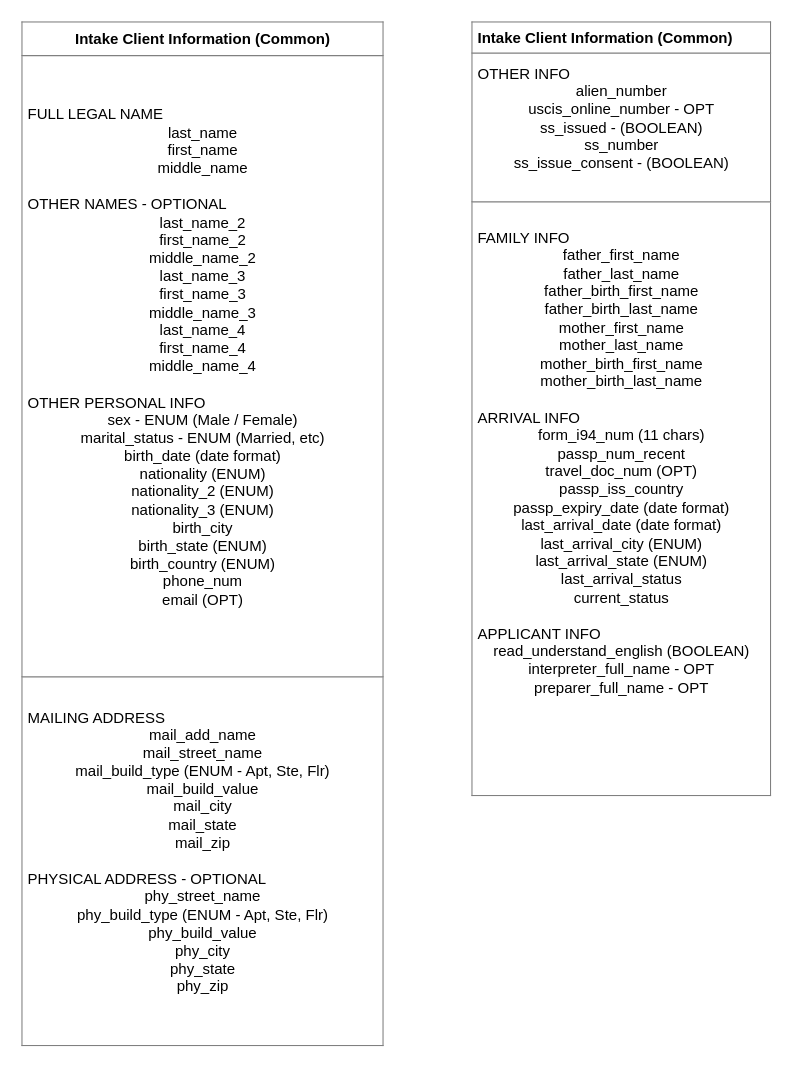
Earlier version of the draw.io diagram page "Client Info Common" (6 of 7) of Architecture.drawio (Nabeel-etx/law-draw-io). Source tidied: cells renumbered, new cells numbered last; positions are measured from the earlier drawing's top-left corner, leaving out a move shared by most shapes. Both pictures are drawn from the tidied source at 125%, with x=0, y=0 at pixel (21, 21).
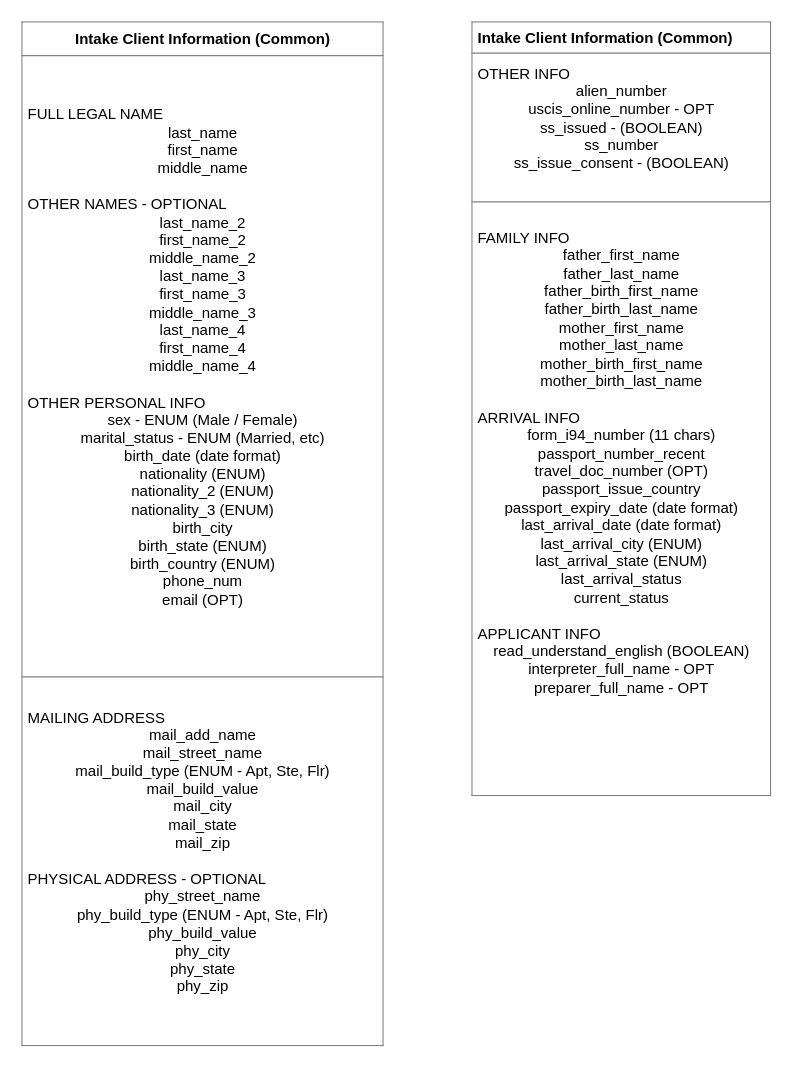
The same page after the edit.

Change to the diagram source:
```diff
@@
 <mxGraphModel>
   <root>
     <mxCell id="0" />
     <mxCell id="1" parent="0" />
     <mxCell id="2" value="&lt;table border=&quot;1&quot; width=&quot;100%&quot; height=&quot;100%&quot; cellpadding=&quot;4&quot; style=&quot;width:100%;height:100%;border-collapse:collapse;&quot;&gt;&lt;tbody&gt;&lt;tr&gt;&lt;th align=&quot;center&quot;&gt;&lt;b&gt;Intake Client Information (Common)&lt;/b&gt;&lt;/th&gt;&lt;/tr&gt;&lt;tr&gt;&lt;td&gt;&lt;div style=&quot;&quot;&gt;&lt;span style=&quot;background-color: transparent; color: light-dark(rgb(0, 0, 0), rgb(255, 255, 255));&quot;&gt;FULL LEGAL NAME&lt;/span&gt;&lt;/div&gt;&lt;div style=&quot;text-align: center;&quot;&gt;&lt;span style=&quot;background-color: transparent; color: light-dark(rgb(0, 0, 0), rgb(255, 255, 255));&quot;&gt;last_name&lt;/span&gt;&lt;/div&gt;&lt;div style=&quot;text-align: center;&quot;&gt;&lt;span style=&quot;background-color: transparent; color: light-dark(rgb(0, 0, 0), rgb(255, 255, 255));&quot;&gt;first_name&lt;/span&gt;&lt;/div&gt;&lt;div style=&quot;text-align: center;&quot;&gt;&lt;span style=&quot;background-color: transparent; color: light-dark(rgb(0, 0, 0), rgb(255, 255, 255));&quot;&gt;middle_name&lt;/span&gt;&lt;/div&gt;&lt;div style=&quot;text-align: center;&quot;&gt;&lt;br&gt;&lt;/div&gt;&lt;div style=&quot;&quot;&gt;&lt;span style=&quot;background-color: transparent; color: light-dark(rgb(0, 0, 0), rgb(255, 255, 255));&quot;&gt;OTHER NAMES - OPTIONAL&lt;/span&gt;&lt;/div&gt;&lt;div style=&quot;text-align: center;&quot;&gt;&lt;span style=&quot;background-color: transparent; color: light-dark(rgb(0, 0, 0), rgb(255, 255, 255));&quot;&gt;last_name_2&lt;/span&gt;&lt;/div&gt;&lt;div style=&quot;text-align: center;&quot;&gt;&lt;span style=&quot;background-color: transparent; color: light-dark(rgb(0, 0, 0), rgb(255, 255, 255));&quot;&gt;first_name_2&lt;/span&gt;&lt;/div&gt;&lt;div style=&quot;text-align: center;&quot;&gt;&lt;span style=&quot;background-color: transparent; color: light-dark(rgb(0, 0, 0), rgb(255, 255, 255));&quot;&gt;middle_name_2&lt;/span&gt;&lt;/div&gt;&lt;div style=&quot;text-align: center;&quot;&gt;&lt;span style=&quot;background-color: transparent; color: light-dark(rgb(0, 0, 0), rgb(255, 255, 255));&quot;&gt;last_name_3&lt;/span&gt;&lt;/div&gt;&lt;div style=&quot;text-align: center;&quot;&gt;&lt;span style=&quot;background-color: transparent; color: light-dark(rgb(0, 0, 0), rgb(255, 255, 255));&quot;&gt;first_name_3&lt;/span&gt;&lt;/div&gt;&lt;div style=&quot;text-align: center;&quot;&gt;&lt;span style=&quot;background-color: transparent; color: light-dark(rgb(0, 0, 0), rgb(255, 255, 255));&quot;&gt;middle_name_3&lt;/span&gt;&lt;/div&gt;&lt;div style=&quot;text-align: center;&quot;&gt;&lt;span style=&quot;background-color: transparent; color: light-dark(rgb(0, 0, 0), rgb(255, 255, 255));&quot;&gt;last_name_4&lt;/span&gt;&lt;/div&gt;&lt;div style=&quot;text-align: center;&quot;&gt;&lt;span style=&quot;background-color: transparent; color: light-dark(rgb(0, 0, 0), rgb(255, 255, 255));&quot;&gt;first_name_4&lt;/span&gt;&lt;/div&gt;&lt;div style=&quot;text-align: center;&quot;&gt;&lt;span style=&quot;background-color: transparent; color: light-dark(rgb(0, 0, 0), rgb(255, 255, 255));&quot;&gt;middle_name_4&lt;/span&gt;&lt;/div&gt;&lt;div style=&quot;text-align: center;&quot;&gt;&lt;span style=&quot;background-color: transparent; color: light-dark(rgb(0, 0, 0), rgb(255, 255, 255));&quot;&gt;&lt;br&gt;&lt;/span&gt;&lt;/div&gt;&lt;div style=&quot;&quot;&gt;&lt;span style=&quot;background-color: transparent; color: light-dark(rgb(0, 0, 0), rgb(255, 255, 255));&quot;&gt;OTHER PERSONAL INFO&lt;/span&gt;&lt;/div&gt;&lt;div style=&quot;&quot;&gt;&lt;div style=&quot;text-align: center;&quot;&gt;sex - ENUM (Male / Female)&lt;/div&gt;&lt;div style=&quot;text-align: center;&quot;&gt;marital_status - ENUM (Married, etc)&lt;/div&gt;&lt;div style=&quot;text-align: center;&quot;&gt;birth_date (date format)&lt;/div&gt;&lt;div style=&quot;text-align: center;&quot;&gt;nationality (ENUM)&lt;/div&gt;&lt;div style=&quot;text-align: center;&quot;&gt;nationality_2 (ENUM)&lt;/div&gt;&lt;div style=&quot;text-align: center;&quot;&gt;nationality_3 (ENUM)&lt;/div&gt;&lt;div style=&quot;text-align: center;&quot;&gt;&lt;span style=&quot;background-color: transparent; color: light-dark(rgb(0, 0, 0), rgb(255, 255, 255));&quot;&gt;birth_city&lt;/span&gt;&lt;/div&gt;&lt;div style=&quot;text-align: center;&quot;&gt;birth_state (ENUM)&lt;/div&gt;&lt;div style=&quot;text-align: center;&quot;&gt;birth_country (ENUM)&lt;/div&gt;&lt;div style=&quot;text-align: center;&quot;&gt;phone_num&lt;/div&gt;&lt;div style=&quot;text-align: center;&quot;&gt;email (OPT)&lt;/div&gt;&lt;div style=&quot;text-align: center;&quot;&gt;&lt;br&gt;&lt;/div&gt;&lt;/div&gt;&lt;/td&gt;&lt;/tr&gt;&lt;tr&gt;&lt;td&gt;&lt;div style=&quot;&quot;&gt;&lt;span style=&quot;background-color: transparent; color: light-dark(rgb(0, 0, 0), rgb(255, 255, 255));&quot;&gt;MAILING ADDRESS&lt;/span&gt;&lt;/div&gt;&lt;div style=&quot;text-align: center;&quot;&gt;&lt;span style=&quot;background-color: transparent; color: light-dark(rgb(0, 0, 0), rgb(255, 255, 255));&quot;&gt;mail_add_name&lt;/span&gt;&lt;/div&gt;&lt;div style=&quot;text-align: center;&quot;&gt;&lt;span style=&quot;background-color: transparent; color: light-dark(rgb(0, 0, 0), rgb(255, 255, 255));&quot;&gt;mail_street_name&lt;/span&gt;&lt;/div&gt;&lt;div style=&quot;text-align: center;&quot;&gt;&lt;span style=&quot;background-color: transparent; color: light-dark(rgb(0, 0, 0), rgb(255, 255, 255));&quot;&gt;mail_build_type (ENUM - Apt, Ste, Flr)&lt;/span&gt;&lt;/div&gt;&lt;div style=&quot;text-align: center;&quot;&gt;&lt;span style=&quot;background-color: transparent; color: light-dark(rgb(0, 0, 0), rgb(255, 255, 255));&quot;&gt;mail_build_value&lt;/span&gt;&lt;/div&gt;&lt;div style=&quot;text-align: center;&quot;&gt;&lt;span style=&quot;background-color: transparent; color: light-dark(rgb(0, 0, 0), rgb(255, 255, 255));&quot;&gt;mail_city&lt;/span&gt;&lt;/div&gt;&lt;div style=&quot;text-align: center;&quot;&gt;&lt;span style=&quot;background-color: transparent; color: light-dark(rgb(0, 0, 0), rgb(255, 255, 255));&quot;&gt;mail_state&lt;/span&gt;&lt;/div&gt;&lt;div style=&quot;text-align: center;&quot;&gt;&lt;span style=&quot;background-color: transparent; color: light-dark(rgb(0, 0, 0), rgb(255, 255, 255));&quot;&gt;mail_zip&lt;/span&gt;&lt;/div&gt;&lt;br&gt;&lt;div style=&quot;&quot;&gt;&lt;span style=&quot;background-color: transparent; color: light-dark(rgb(0, 0, 0), rgb(255, 255, 255));&quot;&gt;PHYSICAL ADDRESS - OPTIONAL&lt;/span&gt;&lt;/div&gt;&lt;div style=&quot;text-align: center;&quot;&gt;&lt;span style=&quot;background-color: transparent; color: light-dark(rgb(0, 0, 0), rgb(255, 255, 255));&quot;&gt;phy_street_name&lt;/span&gt;&lt;/div&gt;&lt;div style=&quot;text-align: center;&quot;&gt;&lt;span style=&quot;background-color: transparent; color: light-dark(rgb(0, 0, 0), rgb(255, 255, 255));&quot;&gt;phy_build_type (ENUM - Apt, Ste, Flr)&lt;/span&gt;&lt;/div&gt;&lt;div style=&quot;text-align: center;&quot;&gt;&lt;span style=&quot;background-color: transparent; color: light-dark(rgb(0, 0, 0), rgb(255, 255, 255));&quot;&gt;phy_build_value&lt;/span&gt;&lt;/div&gt;&lt;div style=&quot;text-align: center;&quot;&gt;&lt;span style=&quot;background-color: transparent; color: light-dark(rgb(0, 0, 0), rgb(255, 255, 255));&quot;&gt;phy_city&lt;/span&gt;&lt;/div&gt;&lt;div style=&quot;text-align: center;&quot;&gt;&lt;span style=&quot;background-color: transparent; color: light-dark(rgb(0, 0, 0), rgb(255, 255, 255));&quot;&gt;phy_state&lt;/span&gt;&lt;/div&gt;&lt;div style=&quot;text-align: center;&quot;&gt;&lt;span style=&quot;background-color: transparent; color: light-dark(rgb(0, 0, 0), rgb(255, 255, 255));&quot;&gt;phy_zip&lt;/span&gt;&lt;/div&gt;&lt;br&gt;&lt;/td&gt;&lt;/tr&gt;&lt;/tbody&gt;&lt;/table&gt;" style="text;html=1;whiteSpace=wrap;strokeColor=none;fillColor=none;overflow=fill;" parent="1" vertex="1">
       <mxGeometry width="290" height="820" as="geometry" />
     </mxCell>
-    <mxCell id="3" value="&lt;table border=&quot;1&quot; width=&quot;100%&quot; height=&quot;100%&quot; cellpadding=&quot;4&quot; style=&quot;width:100%;height:100%;border-collapse:collapse;&quot;&gt;&lt;tbody&gt;&lt;tr&gt;&lt;th&gt;&lt;b&gt;Intake Client Information (Common)&lt;/b&gt;&lt;/th&gt;&lt;/tr&gt;&lt;tr&gt;&lt;td&gt;&lt;div style=&quot;&quot;&gt;OTHER INFO&lt;/div&gt;&lt;div style=&quot;text-align: center;&quot;&gt;alien_number&lt;/div&gt;&lt;div style=&quot;text-align: center;&quot;&gt;uscis_online_number - OPT&lt;/div&gt;&lt;div style=&quot;text-align: center;&quot;&gt;&lt;span style=&quot;background-color: transparent; color: light-dark(rgb(0, 0, 0), rgb(255, 255, 255));&quot;&gt;ss_issued - (BOOLEAN)&lt;/span&gt;&lt;/div&gt;&lt;div style=&quot;text-align: center;&quot;&gt;&lt;span style=&quot;background-color: transparent; color: light-dark(rgb(0, 0, 0), rgb(255, 255, 255));&quot;&gt;ss_number&lt;/span&gt;&lt;/div&gt;&lt;div style=&quot;text-align: center;&quot;&gt;&lt;span style=&quot;background-color: transparent; color: light-dark(rgb(0, 0, 0), rgb(255, 255, 255));&quot;&gt;ss_issue_consent - (BOOLEAN)&lt;/span&gt;&lt;/div&gt;&lt;br&gt;&lt;/td&gt;&lt;/tr&gt;&lt;tr&gt;&lt;td&gt;&lt;div style=&quot;&quot;&gt;&lt;span style=&quot;background-color: transparent; color: light-dark(rgb(0, 0, 0), rgb(255, 255, 255));&quot;&gt;FAMILY INFO&lt;/span&gt;&lt;/div&gt;&lt;div style=&quot;text-align: center;&quot;&gt;&lt;span style=&quot;background-color: transparent; color: light-dark(rgb(0, 0, 0), rgb(255, 255, 255));&quot;&gt;father_first_name&lt;/span&gt;&lt;/div&gt;&lt;div style=&quot;text-align: center;&quot;&gt;&lt;span style=&quot;background-color: transparent; color: light-dark(rgb(0, 0, 0), rgb(255, 255, 255));&quot;&gt;father_last_name&lt;/span&gt;&lt;/div&gt;&lt;div style=&quot;text-align: center;&quot;&gt;&lt;span style=&quot;background-color: transparent; color: light-dark(rgb(0, 0, 0), rgb(255, 255, 255));&quot;&gt;father_birth_first_name&lt;/span&gt;&lt;/div&gt;&lt;div style=&quot;text-align: center;&quot;&gt;&lt;span style=&quot;background-color: transparent; color: light-dark(rgb(0, 0, 0), rgb(255, 255, 255));&quot;&gt;father_birth_last_name&lt;/span&gt;&lt;/div&gt;&lt;div style=&quot;text-align: center;&quot;&gt;&lt;span style=&quot;background-color: transparent; color: light-dark(rgb(0, 0, 0), rgb(255, 255, 255));&quot;&gt;mother_first_name&lt;/span&gt;&lt;/div&gt;&lt;div style=&quot;text-align: center;&quot;&gt;&lt;span style=&quot;background-color: transparent; color: light-dark(rgb(0, 0, 0), rgb(255, 255, 255));&quot;&gt;mother_last_name&lt;/span&gt;&lt;/div&gt;&lt;div style=&quot;text-align: center;&quot;&gt;mother_birth_first_name&lt;/div&gt;&lt;div style=&quot;text-align: center;&quot;&gt;mother_birth_last_name&lt;/div&gt;&lt;div style=&quot;text-align: center;&quot;&gt;&lt;br&gt;&lt;/div&gt;&lt;div style=&quot;&quot;&gt;ARRIVAL INFO&lt;/div&gt;&lt;div style=&quot;text-align: center;&quot;&gt;form_i94_num (11 chars)&lt;/div&gt;&lt;div style=&quot;text-align: center;&quot;&gt;passp_num_recent&lt;/div&gt;&lt;div style=&quot;text-align: center;&quot;&gt;travel_doc_num (OPT)&lt;/div&gt;&lt;div style=&quot;text-align: center;&quot;&gt;passp_iss_country&lt;/div&gt;&lt;div style=&quot;text-align: center;&quot;&gt;passp_expiry_date (date format)&lt;/div&gt;&lt;div style=&quot;text-align: center;&quot;&gt;last_arrival_date (date format)&lt;/div&gt;&lt;div style=&quot;text-align: center;&quot;&gt;last_arrival_city (ENUM)&lt;/div&gt;&lt;div style=&quot;text-align: center;&quot;&gt;last_arrival_state (ENUM)&lt;/div&gt;&lt;div style=&quot;text-align: center;&quot;&gt;last_arrival_status&lt;/div&gt;&lt;div style=&quot;text-align: center;&quot;&gt;current_status&lt;/div&gt;&lt;div style=&quot;text-align: center;&quot;&gt;&lt;br&gt;&lt;/div&gt;&lt;div style=&quot;&quot;&gt;APPLICANT INFO&lt;/div&gt;&lt;div style=&quot;text-align: center;&quot;&gt;read_understand_english (BOOLEAN)&lt;/div&gt;&lt;div style=&quot;text-align: center;&quot;&gt;interpreter_full_name - OPT&lt;/div&gt;&lt;div style=&quot;text-align: center;&quot;&gt;preparer_full_name - OPT&lt;/div&gt;&lt;div style=&quot;&quot;&gt;&lt;span style=&quot;background-color: transparent; color: light-dark(rgb(0, 0, 0), rgb(255, 255, 255));&quot;&gt;&lt;br&gt;&lt;/span&gt;&lt;/div&gt;&lt;div style=&quot;&quot;&gt;&lt;span style=&quot;background-color: transparent; color: light-dark(rgb(0, 0, 0), rgb(255, 255, 255));&quot;&gt;&lt;br&gt;&lt;/span&gt;&lt;/div&gt;&lt;div style=&quot;&quot;&gt;&lt;span style=&quot;background-color: transparent; color: light-dark(rgb(0, 0, 0), rgb(255, 255, 255));&quot;&gt;&lt;br&gt;&lt;/span&gt;&lt;/div&gt;&lt;br&gt;&lt;/td&gt;&lt;/tr&gt;&lt;/tbody&gt;&lt;/table&gt;" style="text;html=1;whiteSpace=wrap;strokeColor=none;fillColor=none;overflow=fill;align=left;" parent="1" vertex="1">
+    <mxCell id="3" value="&lt;table border=&quot;1&quot; width=&quot;100%&quot; height=&quot;100%&quot; cellpadding=&quot;4&quot; style=&quot;width:100%;height:100%;border-collapse:collapse;&quot;&gt;&lt;tbody&gt;&lt;tr&gt;&lt;th&gt;&lt;b&gt;Intake Client Information (Common)&lt;/b&gt;&lt;/th&gt;&lt;/tr&gt;&lt;tr&gt;&lt;td&gt;&lt;div style=&quot;&quot;&gt;OTHER INFO&lt;/div&gt;&lt;div style=&quot;text-align: center;&quot;&gt;alien_number&lt;/div&gt;&lt;div style=&quot;text-align: center;&quot;&gt;uscis_online_number - OPT&lt;/div&gt;&lt;div style=&quot;text-align: center;&quot;&gt;&lt;span style=&quot;background-color: transparent; color: light-dark(rgb(0, 0, 0), rgb(255, 255, 255));&quot;&gt;ss_issued - (BOOLEAN)&lt;/span&gt;&lt;/div&gt;&lt;div style=&quot;text-align: center;&quot;&gt;&lt;span style=&quot;background-color: transparent; color: light-dark(rgb(0, 0, 0), rgb(255, 255, 255));&quot;&gt;ss_number&lt;/span&gt;&lt;/div&gt;&lt;div style=&quot;text-align: center;&quot;&gt;&lt;span style=&quot;background-color: transparent; color: light-dark(rgb(0, 0, 0), rgb(255, 255, 255));&quot;&gt;ss_issue_consent - (BOOLEAN)&lt;/span&gt;&lt;/div&gt;&lt;br&gt;&lt;/td&gt;&lt;/tr&gt;&lt;tr&gt;&lt;td&gt;&lt;div style=&quot;&quot;&gt;&lt;span style=&quot;background-color: transparent; color: light-dark(rgb(0, 0, 0), rgb(255, 255, 255));&quot;&gt;FAMILY INFO&lt;/span&gt;&lt;/div&gt;&lt;div style=&quot;text-align: center;&quot;&gt;&lt;span style=&quot;background-color: transparent; color: light-dark(rgb(0, 0, 0), rgb(255, 255, 255));&quot;&gt;father_first_name&lt;/span&gt;&lt;/div&gt;&lt;div style=&quot;text-align: center;&quot;&gt;&lt;span style=&quot;background-color: transparent; color: light-dark(rgb(0, 0, 0), rgb(255, 255, 255));&quot;&gt;father_last_name&lt;/span&gt;&lt;/div&gt;&lt;div style=&quot;text-align: center;&quot;&gt;&lt;span style=&quot;background-color: transparent; color: light-dark(rgb(0, 0, 0), rgb(255, 255, 255));&quot;&gt;father_birth_first_name&lt;/span&gt;&lt;/div&gt;&lt;div style=&quot;text-align: center;&quot;&gt;&lt;span style=&quot;background-color: transparent; color: light-dark(rgb(0, 0, 0), rgb(255, 255, 255));&quot;&gt;father_birth_last_name&lt;/span&gt;&lt;/div&gt;&lt;div style=&quot;text-align: center;&quot;&gt;&lt;span style=&quot;background-color: transparent; color: light-dark(rgb(0, 0, 0), rgb(255, 255, 255));&quot;&gt;mother_first_name&lt;/span&gt;&lt;/div&gt;&lt;div style=&quot;text-align: center;&quot;&gt;&lt;span style=&quot;background-color: transparent; color: light-dark(rgb(0, 0, 0), rgb(255, 255, 255));&quot;&gt;mother_last_name&lt;/span&gt;&lt;/div&gt;&lt;div style=&quot;text-align: center;&quot;&gt;mother_birth_first_name&lt;/div&gt;&lt;div style=&quot;text-align: center;&quot;&gt;mother_birth_last_name&lt;/div&gt;&lt;div style=&quot;text-align: center;&quot;&gt;&lt;br&gt;&lt;/div&gt;&lt;div style=&quot;&quot;&gt;ARRIVAL INFO&lt;/div&gt;&lt;div style=&quot;text-align: center;&quot;&gt;form_i94_number (11 chars)&lt;/div&gt;&lt;div style=&quot;text-align: center;&quot;&gt;passport_number_recent&lt;/div&gt;&lt;div style=&quot;text-align: center;&quot;&gt;travel_doc_number (OPT)&lt;/div&gt;&lt;div style=&quot;text-align: center;&quot;&gt;passport_issue_country&lt;/div&gt;&lt;div style=&quot;text-align: center;&quot;&gt;passport_expiry_date (date format)&lt;/div&gt;&lt;div style=&quot;text-align: center;&quot;&gt;last_arrival_date (date format)&lt;/div&gt;&lt;div style=&quot;text-align: center;&quot;&gt;last_arrival_city (ENUM)&lt;/div&gt;&lt;div style=&quot;text-align: center;&quot;&gt;last_arrival_state (ENUM)&lt;/div&gt;&lt;div style=&quot;text-align: center;&quot;&gt;last_arrival_status&lt;/div&gt;&lt;div style=&quot;text-align: center;&quot;&gt;current_status&lt;/div&gt;&lt;div style=&quot;text-align: center;&quot;&gt;&lt;br&gt;&lt;/div&gt;&lt;div style=&quot;&quot;&gt;APPLICANT INFO&lt;/div&gt;&lt;div style=&quot;text-align: center;&quot;&gt;read_understand_english (BOOLEAN)&lt;/div&gt;&lt;div style=&quot;text-align: center;&quot;&gt;interpreter_full_name - OPT&lt;/div&gt;&lt;div style=&quot;text-align: center;&quot;&gt;preparer_full_name - OPT&lt;/div&gt;&lt;div style=&quot;&quot;&gt;&lt;span style=&quot;background-color: transparent; color: light-dark(rgb(0, 0, 0), rgb(255, 255, 255));&quot;&gt;&lt;br&gt;&lt;/span&gt;&lt;/div&gt;&lt;div style=&quot;&quot;&gt;&lt;span style=&quot;background-color: transparent; color: light-dark(rgb(0, 0, 0), rgb(255, 255, 255));&quot;&gt;&lt;br&gt;&lt;/span&gt;&lt;/div&gt;&lt;div style=&quot;&quot;&gt;&lt;span style=&quot;background-color: transparent; color: light-dark(rgb(0, 0, 0), rgb(255, 255, 255));&quot;&gt;&lt;br&gt;&lt;/span&gt;&lt;/div&gt;&lt;br&gt;&lt;/td&gt;&lt;/tr&gt;&lt;/tbody&gt;&lt;/table&gt;" style="text;html=1;whiteSpace=wrap;strokeColor=none;fillColor=none;overflow=fill;align=left;" parent="1" vertex="1">
       <mxGeometry x="360" width="240" height="620" as="geometry" />
     </mxCell>
   </root>
 </mxGraphModel>
```
